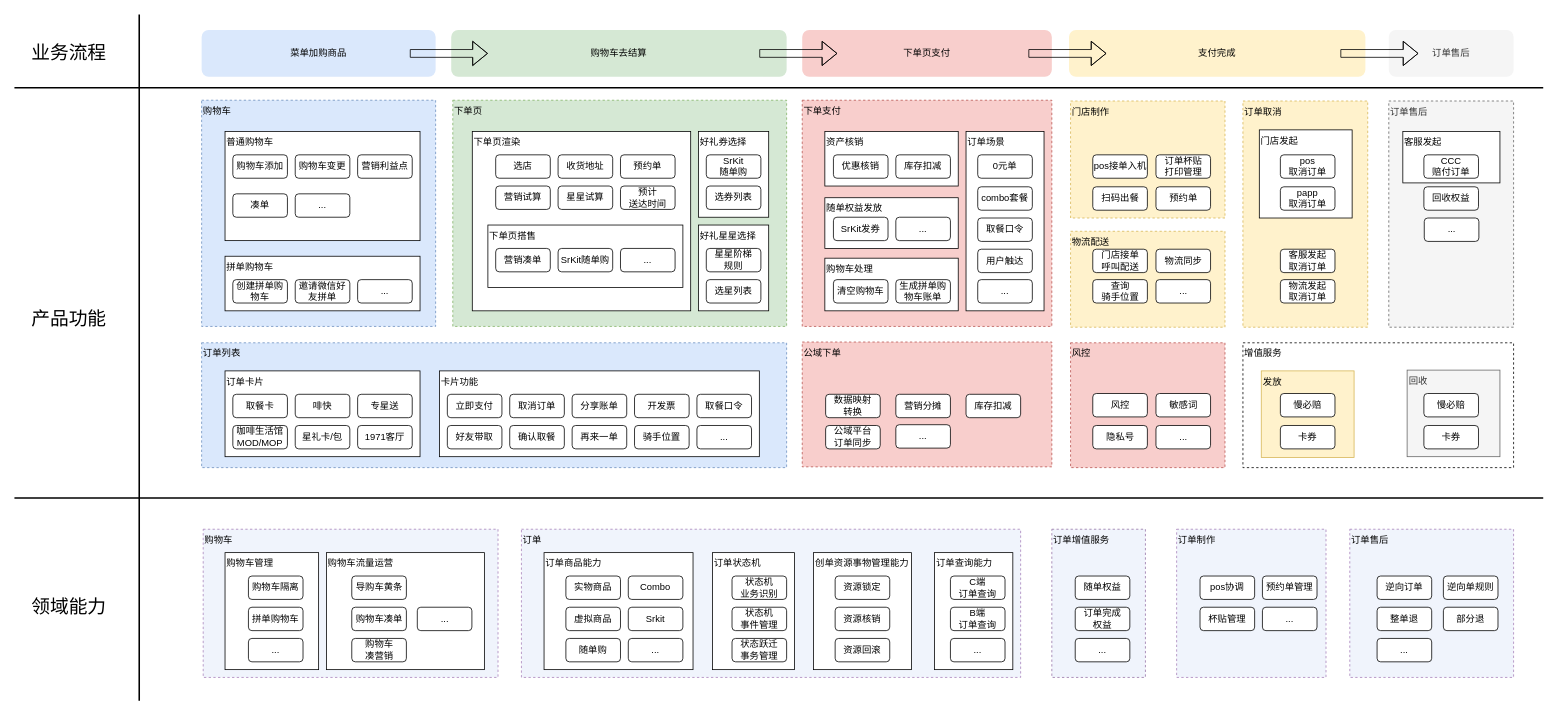
The draw.io diagram page "业务架构" (1 of 3) of OMS2.0业务架构.drawio in alexzhang2015/PC2.0, before the edit. Source tidied: cells renumbered, new cells numbered last; positions are measured from the earlier drawing's top-left corner, leaving out a move shared by most shapes. Both pictures are drawn from the tidied source at 78%, with x=0, y=0 at pixel (14, 14).
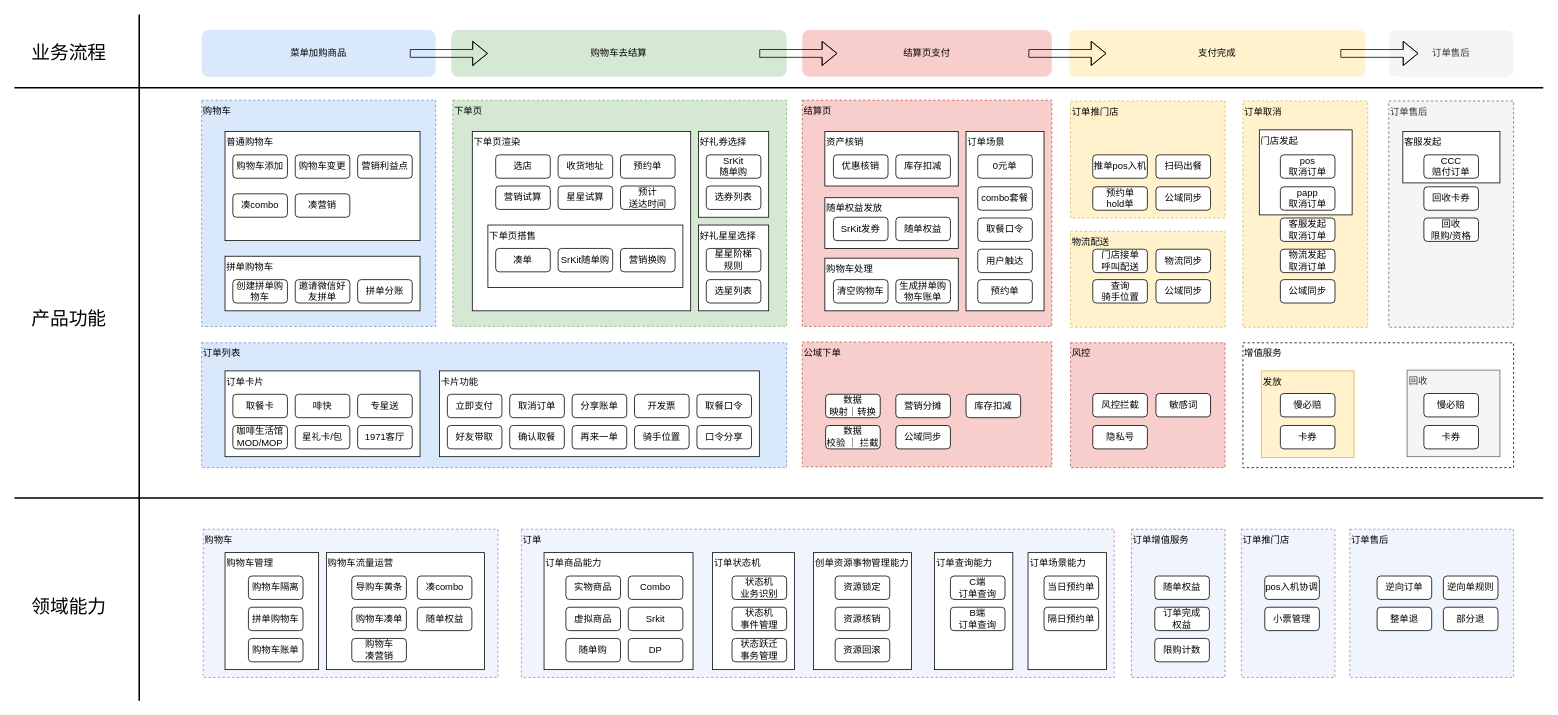
The same diagram, later.

What changed in the source:
```diff
@@
-    <mxCell id="6" value="下单支付" style="rounded=0;whiteSpace=wrap;html=1;verticalAlign=top;dashed=1;labelPosition=center;verticalLabelPosition=middle;align=left;spacingRight=0;shadow=0;glass=0;horizontal=1;fillColor=#f8cecc;strokeColor=#b85450;" parent="1" vertex="1">
+    <mxCell id="6" value="结算页" style="rounded=0;whiteSpace=wrap;html=1;verticalAlign=top;dashed=1;labelPosition=center;verticalLabelPosition=middle;align=left;spacingRight=0;shadow=0;glass=0;horizontal=1;fillColor=#f8cecc;strokeColor=#b85450;" parent="1" vertex="1">
       <mxGeometry x="1010" y="110" width="320" height="290" as="geometry" />
     </mxCell>
@@
-    <mxCell id="13" value="门店制作" style="rounded=0;whiteSpace=wrap;html=1;verticalAlign=top;dashed=1;labelPosition=center;verticalLabelPosition=middle;align=left;spacingRight=0;shadow=0;glass=0;horizontal=1;fillColor=#fff2cc;strokeColor=#d6b656;" parent="1" vertex="1">
+    <mxCell id="13" value="订单推门店" style="rounded=0;whiteSpace=wrap;html=1;verticalAlign=top;dashed=1;labelPosition=center;verticalLabelPosition=middle;align=left;spacingRight=0;shadow=0;glass=0;horizontal=1;fillColor=#fff2cc;strokeColor=#d6b656;" parent="1" vertex="1">
       <mxGeometry x="1354" y="111" width="198" height="150" as="geometry" />
     </mxCell>
@@
     <mxCell id="21" value="门店发起" style="rounded=0;whiteSpace=wrap;html=1;verticalAlign=top;labelPosition=center;verticalLabelPosition=middle;align=left;spacingRight=0;shadow=0;glass=0;horizontal=1;" parent="1" vertex="1">
-      <mxGeometry x="1596" y="148" width="119" height="113" as="geometry" />
+      <mxGeometry x="1596" y="148" width="119" height="109" as="geometry" />
     </mxCell>
@@
-    <mxCell id="28" value="..." style="rounded=1;whiteSpace=wrap;html=1;" parent="1" vertex="1">
+    <mxCell id="28" value="凑营销" style="rounded=1;whiteSpace=wrap;html=1;" parent="1" vertex="1">
       <mxGeometry x="360" y="230" width="70" height="30" as="geometry" />
     </mxCell>
-    <mxCell id="29" value="..." style="rounded=1;whiteSpace=wrap;html=1;" parent="1" vertex="1">
+    <mxCell id="29" value="拼单分账" style="rounded=1;whiteSpace=wrap;html=1;" parent="1" vertex="1">
       <mxGeometry x="440" y="340" width="70" height="30" as="geometry" />
     </mxCell>
@@
-    <mxCell id="31" value="凑单" style="rounded=1;whiteSpace=wrap;html=1;" parent="1" vertex="1">
+    <mxCell id="31" value="凑combo" style="rounded=1;whiteSpace=wrap;html=1;" parent="1" vertex="1">
       <mxGeometry x="280" y="230" width="70" height="30" as="geometry" />
     </mxCell>
@@
-    <mxCell id="38" value="营销凑单" style="rounded=1;whiteSpace=wrap;html=1;" parent="1" vertex="1">
+    <mxCell id="38" value="凑单" style="rounded=1;whiteSpace=wrap;html=1;" parent="1" vertex="1">
       <mxGeometry x="617" y="300" width="70" height="30" as="geometry" />
     </mxCell>
@@
-    <mxCell id="40" value="..." style="rounded=1;whiteSpace=wrap;html=1;" parent="1" vertex="1">
+    <mxCell id="40" value="营销换购" style="rounded=1;whiteSpace=wrap;html=1;" parent="1" vertex="1">
       <mxGeometry x="777" y="300" width="70" height="30" as="geometry" />
     </mxCell>
@@
-    <mxCell id="68" value="客服发起&lt;div&gt;取消订单&lt;/div&gt;" style="rounded=1;whiteSpace=wrap;html=1;" parent="1" vertex="1">
+    <mxCell id="68" value="物流发起&lt;div&gt;取消订单&lt;/div&gt;" style="rounded=1;whiteSpace=wrap;html=1;" parent="1" vertex="1">
       <mxGeometry x="1623" y="301" width="70" height="30" as="geometry" />
     </mxCell>
-    <mxCell id="69" value="风控" style="rounded=1;whiteSpace=wrap;html=1;" parent="1" vertex="1">
+    <mxCell id="69" value="风控拦截" style="rounded=1;whiteSpace=wrap;html=1;" parent="1" vertex="1">
       <mxGeometry x="1382.5" y="486" width="70" height="30" as="geometry" />
     </mxCell>
-    <mxCell id="70" value="..." style="rounded=1;whiteSpace=wrap;html=1;" parent="1" vertex="1">
+    <mxCell id="70" value="口令分享" style="rounded=1;whiteSpace=wrap;html=1;" parent="1" vertex="1">
       <mxGeometry x="875" y="527" width="70" height="30" as="geometry" />
     </mxCell>
-    <mxCell id="71" value="pos接单入机" style="rounded=1;whiteSpace=wrap;html=1;" parent="1" vertex="1">
+    <mxCell id="71" value="推单pos入机" style="rounded=1;whiteSpace=wrap;html=1;" parent="1" vertex="1">
       <mxGeometry x="1382.5" y="180" width="70" height="30" as="geometry" />
     </mxCell>
-    <mxCell id="72" value="订单&lt;span style=&quot;background-color: initial;&quot;&gt;杯贴&lt;/span&gt;&lt;div&gt;&lt;div&gt;&lt;span style=&quot;background-color: initial;&quot;&gt;打印管理&lt;/span&gt;&lt;/div&gt;&lt;/div&gt;" style="rounded=1;whiteSpace=wrap;html=1;" parent="1" vertex="1">
+    <mxCell id="72" value="扫码出餐" style="rounded=1;whiteSpace=wrap;html=1;" parent="1" vertex="1">
       <mxGeometry x="1463.5" y="180" width="70" height="30" as="geometry" />
     </mxCell>
-    <mxCell id="73" value="扫码出餐" style="rounded=1;whiteSpace=wrap;html=1;" parent="1" vertex="1">
+    <mxCell id="73" value="预约单&lt;div&gt;hold单&lt;/div&gt;" style="rounded=1;whiteSpace=wrap;html=1;" parent="1" vertex="1">
       <mxGeometry x="1382.5" y="221" width="70" height="30" as="geometry" />
     </mxCell>
@@
-    <mxCell id="76" value="预约单" style="rounded=1;whiteSpace=wrap;html=1;" parent="1" vertex="1">
+    <mxCell id="76" value="公域同步" style="rounded=1;whiteSpace=wrap;html=1;" parent="1" vertex="1">
       <mxGeometry x="1463.5" y="221" width="70" height="30" as="geometry" />
     </mxCell>
@@
-    <mxCell id="81" value="..." style="rounded=1;whiteSpace=wrap;html=1;" parent="1" vertex="1">
-      <mxGeometry x="1463.5" y="527" width="70" height="30" as="geometry" />
-    </mxCell>
@@
-    <mxCell id="85" value="&lt;div&gt;数据映射&lt;/div&gt;&lt;div&gt;&lt;span style=&quot;background-color: initial;&quot;&gt;转换&lt;/span&gt;&lt;/div&gt;" style="rounded=1;whiteSpace=wrap;html=1;" parent="1" vertex="1">
+    <mxCell id="85" value="&lt;div&gt;数据&lt;/div&gt;&lt;div&gt;映射｜&lt;span style=&quot;background-color: initial;&quot;&gt;转换&lt;/span&gt;&lt;/div&gt;" style="rounded=1;whiteSpace=wrap;html=1;" parent="1" vertex="1">
       <mxGeometry x="1040" y="487" width="70" height="30" as="geometry" />
     </mxCell>
@@
-    <mxCell id="93" value="公域平台&lt;div&gt;订单&lt;span style=&quot;background-color: initial;&quot;&gt;同步&lt;/span&gt;&lt;/div&gt;" style="rounded=1;whiteSpace=wrap;html=1;" parent="1" vertex="1">
+    <mxCell id="93" value="数据&lt;div&gt;校验 ｜ 拦截&lt;/div&gt;" style="rounded=1;whiteSpace=wrap;html=1;" parent="1" vertex="1">
       <mxGeometry x="1040" y="527" width="70" height="30" as="geometry" />
     </mxCell>
-    <mxCell id="94" value="..." style="rounded=1;whiteSpace=wrap;html=1;" parent="1" vertex="1">
-      <mxGeometry x="1130" y="526" width="70" height="30" as="geometry" />
-    </mxCell>
@@
-    <mxCell id="96" value="下单页支付" style="rounded=1;whiteSpace=wrap;html=1;strokeColor=none;fillColor=#f8cecc;" parent="1" vertex="1">
+    <mxCell id="96" value="结算页支付" style="rounded=1;whiteSpace=wrap;html=1;strokeColor=none;fillColor=#f8cecc;" parent="1" vertex="1">
       <mxGeometry x="1010" y="20" width="320" height="60" as="geometry" />
     </mxCell>
@@
-    <mxCell id="104" value="回收权益" style="rounded=1;whiteSpace=wrap;html=1;" parent="1" vertex="1">
+    <mxCell id="104" value="回收卡券" style="rounded=1;whiteSpace=wrap;html=1;" parent="1" vertex="1">
       <mxGeometry x="1807" y="221" width="70" height="30" as="geometry" />
     </mxCell>
@@
-    <mxCell id="109" value="..." style="rounded=1;whiteSpace=wrap;html=1;" parent="1" vertex="1">
+    <mxCell id="109" value="随单权益" style="rounded=1;whiteSpace=wrap;html=1;" parent="1" vertex="1">
       <mxGeometry x="1130" y="260" width="70" height="30" as="geometry" />
     </mxCell>
-    <mxCell id="110" value="..." style="rounded=1;whiteSpace=wrap;html=1;" parent="1" vertex="1">
-      <mxGeometry x="1463.5" y="340" width="70" height="30" as="geometry" />
-    </mxCell>
@@
     <mxCell id="113" value="订单" style="rounded=0;whiteSpace=wrap;html=1;align=left;verticalAlign=top;dashed=1;fillColor=#F0F4FC;strokeColor=#A881BA;fillStyle=auto;" parent="1" vertex="1">
-      <mxGeometry x="650" y="660" width="640" height="190" as="geometry" />
+      <mxGeometry x="650" y="660" width="760" height="190" as="geometry" />
     </mxCell>
     <mxCell id="114" value="订单增值服务" style="rounded=0;whiteSpace=wrap;html=1;align=left;verticalAlign=top;dashed=1;fillColor=#F0F4FC;strokeColor=#9673a6;fillStyle=auto;" parent="1" vertex="1">
-      <mxGeometry x="1330" y="660" width="120" height="190" as="geometry" />
+      <mxGeometry x="1432" y="660" width="120" height="190" as="geometry" />
     </mxCell>
@@
-    <mxCell id="116" value="订单制作" style="rounded=0;whiteSpace=wrap;html=1;align=left;verticalAlign=top;dashed=1;fillColor=#F0F4FC;strokeColor=#A881BA;fillStyle=auto;" parent="1" vertex="1">
-      <mxGeometry x="1490" y="660" width="191.5" height="190" as="geometry" />
+    <mxCell id="116" value="订单推门店" style="rounded=0;whiteSpace=wrap;html=1;align=left;verticalAlign=top;dashed=1;fillColor=#F0F4FC;strokeColor=#A881BA;fillStyle=auto;" parent="1" vertex="1">
+      <mxGeometry x="1573" y="660" width="120" height="190" as="geometry" />
     </mxCell>
@@
     <mxCell id="123" value="随单&lt;span style=&quot;background-color: initial;&quot;&gt;权益&lt;/span&gt;" style="rounded=1;whiteSpace=wrap;html=1;" parent="1" vertex="1">
-      <mxGeometry x="1360" y="720" width="70" height="30" as="geometry" />
+      <mxGeometry x="1462" y="720" width="70" height="30" as="geometry" />
     </mxCell>
@@
-    <mxCell id="125" value="..." style="rounded=1;whiteSpace=wrap;html=1;" parent="1" vertex="1">
+    <mxCell id="125" value="随单权益" style="rounded=1;whiteSpace=wrap;html=1;" parent="1" vertex="1">
       <mxGeometry x="516.5" y="760" width="70" height="30" as="geometry" />
     </mxCell>
@@
-    <mxCell id="131" value="..." style="rounded=1;whiteSpace=wrap;html=1;" parent="1" vertex="1">
+    <mxCell id="131" value="购物车账单" style="rounded=1;whiteSpace=wrap;html=1;" parent="1" vertex="1">
       <mxGeometry x="300" y="800" width="70" height="30" as="geometry" />
     </mxCell>
@@
-    <mxCell id="133" value="..." style="rounded=1;whiteSpace=wrap;html=1;" parent="1" vertex="1">
+    <mxCell id="133" value="DP" style="rounded=1;whiteSpace=wrap;html=1;" parent="1" vertex="1">
       <mxGeometry x="787" y="800" width="70" height="30" as="geometry" />
     </mxCell>
@@
     <mxCell id="140" value="订单完成&lt;div&gt;权益&lt;/div&gt;" style="rounded=1;whiteSpace=wrap;html=1;" parent="1" vertex="1">
-      <mxGeometry x="1360" y="760" width="70" height="30" as="geometry" />
+      <mxGeometry x="1462" y="760" width="70" height="30" as="geometry" />
     </mxCell>
-    <mxCell id="141" value="pos协调" style="rounded=1;whiteSpace=wrap;html=1;" parent="1" vertex="1">
-      <mxGeometry x="1520" y="720" width="70" height="30" as="geometry" />
+    <mxCell id="141" value="pos入机协调" style="rounded=1;whiteSpace=wrap;html=1;" parent="1" vertex="1">
+      <mxGeometry x="1603" y="720" width="70" height="30" as="geometry" />
     </mxCell>
-    <mxCell id="142" value="预约单管理" style="rounded=1;whiteSpace=wrap;html=1;" parent="1" vertex="1">
-      <mxGeometry x="1600" y="720" width="70" height="30" as="geometry" />
-    </mxCell>
-    <mxCell id="143" value="杯贴管理" style="rounded=1;whiteSpace=wrap;html=1;" parent="1" vertex="1">
-      <mxGeometry x="1520" y="760" width="70" height="30" as="geometry" />
+    <mxCell id="143" value="小票管理" style="rounded=1;whiteSpace=wrap;html=1;" parent="1" vertex="1">
+      <mxGeometry x="1603" y="760" width="70" height="30" as="geometry" />
     </mxCell>
@@
-    <mxCell id="146" value="..." style="rounded=1;whiteSpace=wrap;html=1;" parent="1" vertex="1">
-      <mxGeometry x="1747" y="800" width="70" height="30" as="geometry" />
-    </mxCell>
@@
-    <mxCell id="150" value="..." style="rounded=1;whiteSpace=wrap;html=1;" parent="1" vertex="1">
-      <mxGeometry x="1360" y="800" width="70" height="30" as="geometry" />
+    <mxCell id="150" value="限购计数" style="rounded=1;whiteSpace=wrap;html=1;" parent="1" vertex="1">
+      <mxGeometry x="1462" y="800" width="70" height="30" as="geometry" />
     </mxCell>
-    <mxCell id="151" value="..." style="rounded=1;whiteSpace=wrap;html=1;" parent="1" vertex="1">
-      <mxGeometry x="1200" y="800" width="70" height="30" as="geometry" />
-    </mxCell>
@@
-    <mxCell id="154" value="..." style="rounded=1;whiteSpace=wrap;html=1;" parent="1" vertex="1">
-      <mxGeometry x="1600" y="760" width="70" height="30" as="geometry" />
-    </mxCell>
@@
-    <mxCell id="162" value="..." style="rounded=1;whiteSpace=wrap;html=1;" parent="1" vertex="1">
+    <mxCell id="162" value="预约单" style="rounded=1;whiteSpace=wrap;html=1;" parent="1" vertex="1">
       <mxGeometry x="1235" y="340" width="70" height="30" as="geometry" />
     </mxCell>
-    <mxCell id="163" value="物流发起&lt;div&gt;取消订单&lt;/div&gt;" style="rounded=1;whiteSpace=wrap;html=1;" parent="1" vertex="1">
+    <mxCell id="163" value="公域同步" style="rounded=1;whiteSpace=wrap;html=1;" parent="1" vertex="1">
       <mxGeometry x="1623" y="340" width="70" height="30" as="geometry" />
     </mxCell>
-    <mxCell id="164" value="..." style="rounded=1;whiteSpace=wrap;html=1;" parent="1" vertex="1">
-      <mxGeometry x="1807.5" y="261" width="70" height="30" as="geometry" />
-    </mxCell>
+    <mxCell id="165" value="凑combo" style="rounded=1;whiteSpace=wrap;html=1;" parent="1" vertex="1">
+      <mxGeometry x="516.5" y="720" width="70" height="30" as="geometry" />
+    </mxCell>
+    <mxCell id="166" value="回收&lt;div&gt;限购/资格&lt;/div&gt;" style="rounded=1;whiteSpace=wrap;html=1;" parent="1" vertex="1">
+      <mxGeometry x="1807" y="261" width="70" height="30" as="geometry" />
+    </mxCell>
+    <mxCell id="167" value="公域同步" style="rounded=1;whiteSpace=wrap;html=1;" parent="1" vertex="1">
+      <mxGeometry x="1463.5" y="340" width="70" height="30" as="geometry" />
+    </mxCell>
+    <mxCell id="168" value="客服发起&lt;div&gt;取消订单&lt;/div&gt;" style="rounded=1;whiteSpace=wrap;html=1;" parent="1" vertex="1">
+      <mxGeometry x="1623" y="261" width="70" height="30" as="geometry" />
+    </mxCell>
+    <mxCell id="169" value="公域同步" style="rounded=1;whiteSpace=wrap;html=1;" parent="1" vertex="1">
+      <mxGeometry x="1130" y="527" width="70" height="30" as="geometry" />
+    </mxCell>
+    <mxCell id="170" value="订单场景能力" style="rounded=0;whiteSpace=wrap;html=1;align=left;verticalAlign=top;" parent="1" vertex="1">
+      <mxGeometry x="1299.5" y="690" width="100.5" height="150" as="geometry" />
+    </mxCell>
+    <mxCell id="171" value="当日预约单" style="rounded=1;whiteSpace=wrap;html=1;" parent="1" vertex="1">
+      <mxGeometry x="1320" y="720" width="70" height="30" as="geometry" />
+    </mxCell>
+    <mxCell id="172" value="隔日预约单" style="rounded=1;whiteSpace=wrap;html=1;" parent="1" vertex="1">
+      <mxGeometry x="1320" y="760" width="70" height="30" as="geometry" />
+    </mxCell>
```
